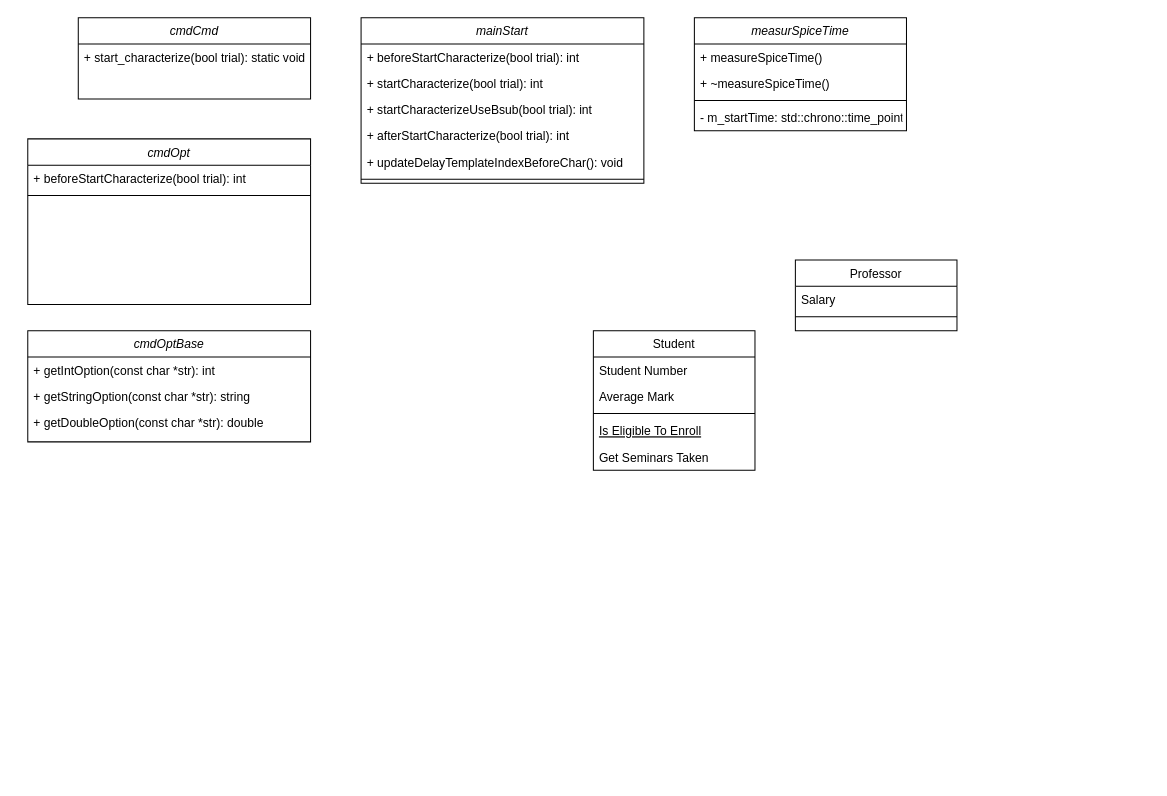
Above: Liberal.drawio in Ablution-han220/UML (draw.io), before the change. Source tidied: cells renumbered, new cells numbered last; positions are measured from the earlier drawing's top-left corner, leaving out a move shared by most shapes. Both pictures are drawn from the tidied source at 101%, with x=0, y=0 at pixel (27, 17).
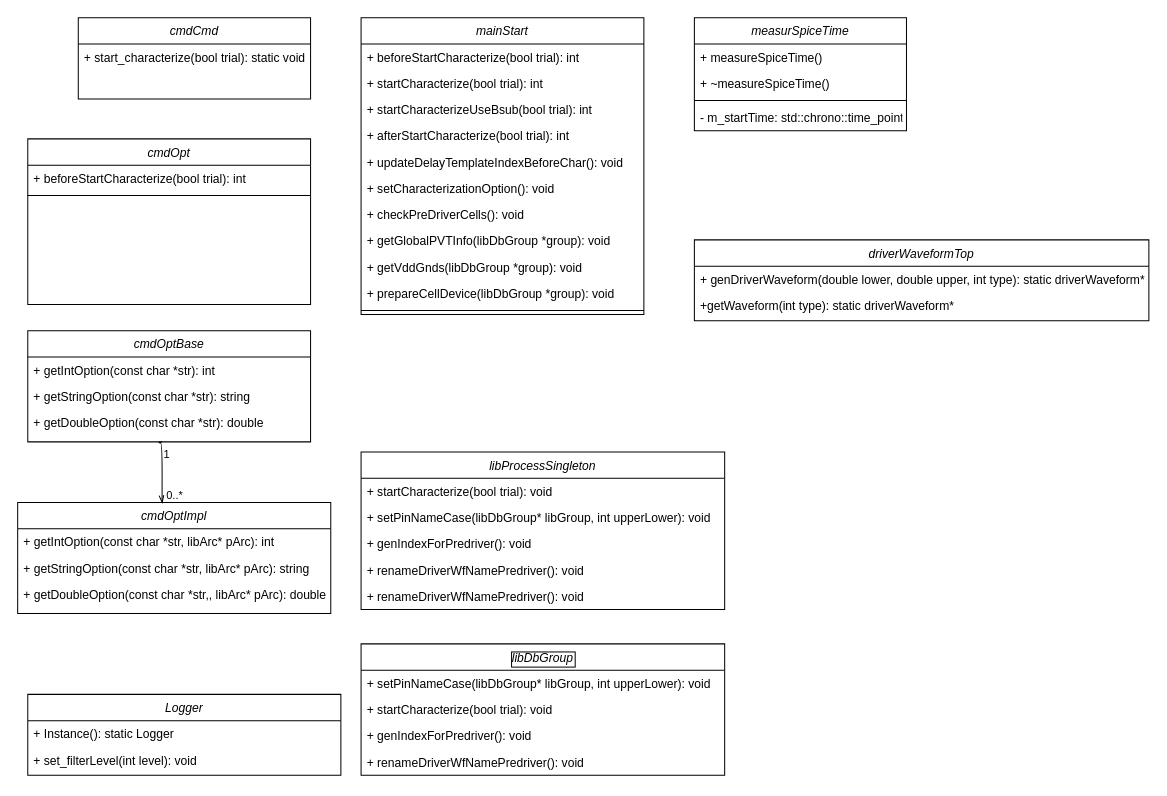
The same diagram, later.

The edit, as a diff of the source:
```diff
@@
-    <mxCell id="4" value="Student" style="swimlane;fontStyle=0;align=center;verticalAlign=top;horizontal=1;startSize=26;rounded=0;shadow=0;strokeWidth=1;" parent="1" vertex="1">
-      <mxGeometry x="560" y="310" width="160" height="138" as="geometry" />
-    </mxCell>
-    <mxCell id="5" value="Student Number" style="text;align=left;verticalAlign=top;spacingLeft=4;spacingRight=4;overflow=hidden;" parent="4" vertex="1">
-      <mxGeometry y="26" width="160" height="26" as="geometry" />
-    </mxCell>
-    <mxCell id="6" value="Average Mark" style="text;align=left;verticalAlign=top;spacingLeft=4;spacingRight=4;overflow=hidden;rounded=0;shadow=0;html=0;" parent="4" vertex="1">
-      <mxGeometry y="52" width="160" height="26" as="geometry" />
-    </mxCell>
-    <mxCell id="7" style="line;html=1;strokeWidth=1;align=left;verticalAlign=middle;spacingTop=-1;spacingLeft=3;spacingRight=3;labelPosition=right;" parent="4" vertex="1">
-      <mxGeometry y="78" width="160" height="8" as="geometry" />
-    </mxCell>
-    <mxCell id="8" value="Is Eligible To Enroll" style="text;align=left;verticalAlign=top;spacingLeft=4;spacingRight=4;overflow=hidden;fontStyle=4;" parent="4" vertex="1">
-      <mxGeometry y="86" width="160" height="26" as="geometry" />
-    </mxCell>
-    <mxCell id="9" value="Get Seminars Taken" style="text;align=left;verticalAlign=top;spacingLeft=4;spacingRight=4;overflow=hidden;" parent="4" vertex="1">
-      <mxGeometry y="112" width="160" height="26" as="geometry" />
-    </mxCell>
-    <mxCell id="10" value="Professor" style="swimlane;fontStyle=0;align=center;verticalAlign=top;horizontal=1;startSize=26;rounded=0;shadow=0;strokeWidth=1;" parent="1" vertex="1">
-      <mxGeometry x="760" y="240" width="160" height="70" as="geometry" />
-    </mxCell>
-    <mxCell id="11" value="Salary" style="text;align=left;verticalAlign=top;spacingLeft=4;spacingRight=4;overflow=hidden;" parent="10" vertex="1">
-      <mxGeometry y="26" width="160" height="26" as="geometry" />
-    </mxCell>
-    <mxCell id="12" style="line;html=1;strokeWidth=1;align=left;verticalAlign=middle;spacingTop=-1;spacingLeft=3;spacingRight=3;labelPosition=right;" parent="10" vertex="1">
-      <mxGeometry y="52" width="160" height="8" as="geometry" />
-    </mxCell>
@@
     <mxCell id="18" value="mainStart" style="swimlane;fontStyle=2;align=center;verticalAlign=top;horizontal=1;startSize=26;rounded=0;shadow=0;strokeWidth=1;" parent="1" vertex="1">
-      <mxGeometry x="330" width="280" height="164" as="geometry" />
+      <mxGeometry x="330" width="280" height="294" as="geometry" />
     </mxCell>
@@
+    <mxCell id="32" value="+ updateDelayTemplateIndexBeforeChar(): void&#10;" style="text;align=left;verticalAlign=top;spacingLeft=4;spacingRight=4;overflow=hidden;" parent="18" vertex="1">
+      <mxGeometry y="130" width="280" height="26" as="geometry" />
+    </mxCell>
-    <mxCell id="23" value="+ updateDelayTemplateIndexBeforeChar(): void&#10;" style="text;align=left;verticalAlign=top;spacingLeft=4;spacingRight=4;overflow=hidden;" parent="18" vertex="1">
-      <mxGeometry y="130" width="280" height="26" as="geometry" />
+    <mxCell id="23" value="+ setCharacterizationOption(): void&#10;" style="text;align=left;verticalAlign=top;spacingLeft=4;spacingRight=4;overflow=hidden;" parent="18" vertex="1">
+      <mxGeometry y="156" width="280" height="26" as="geometry" />
     </mxCell>
+    <mxCell id="33" value="+ checkPreDriverCells(): void&#10;" style="text;align=left;verticalAlign=top;spacingLeft=4;spacingRight=4;overflow=hidden;" parent="18" vertex="1">
+      <mxGeometry y="182" width="280" height="26" as="geometry" />
+    </mxCell>
+    <mxCell id="34" value="+ getGlobalPVTInfo(libDbGroup *group): void&#10;" style="text;align=left;verticalAlign=top;spacingLeft=4;spacingRight=4;overflow=hidden;" parent="18" vertex="1">
+      <mxGeometry y="208" width="280" height="26" as="geometry" />
+    </mxCell>
+    <mxCell id="35" value="+ getVddGnds(libDbGroup *group): void" style="text;align=left;verticalAlign=top;spacingLeft=4;spacingRight=4;overflow=hidden;" parent="18" vertex="1">
+      <mxGeometry y="234" width="280" height="26" as="geometry" />
+    </mxCell>
+    <mxCell id="36" value="+ prepareCellDevice(libDbGroup *group): void" style="text;align=left;verticalAlign=top;spacingLeft=4;spacingRight=4;overflow=hidden;" parent="18" vertex="1">
+      <mxGeometry y="260" width="280" height="26" as="geometry" />
+    </mxCell>
     <mxCell id="24" style="line;html=1;strokeWidth=1;align=left;verticalAlign=middle;spacingTop=-1;spacingLeft=3;spacingRight=3;labelPosition=right;" parent="18" vertex="1">
-      <mxGeometry y="156" width="280" height="8" as="geometry" />
+      <mxGeometry y="286" width="280" height="8" as="geometry" />
     </mxCell>
@@
+    <mxCell id="37" value="cmdOptImpl" style="swimlane;fontStyle=2;align=center;verticalAlign=top;horizontal=1;startSize=26;rounded=0;shadow=0;strokeWidth=1;" parent="1" vertex="1">
+      <mxGeometry x="-10" y="480" width="310" height="110" as="geometry" />
+    </mxCell>
+    <mxCell id="38" value="+ getIntOption(const char *str, libArc* pArc): int&#10;" style="text;align=left;verticalAlign=top;spacingLeft=4;spacingRight=4;overflow=hidden;" parent="37" vertex="1">
+      <mxGeometry y="26" width="310" height="26" as="geometry" />
+    </mxCell>
+    <mxCell id="39" value="+ getStringOption(const char *str, libArc* pArc): string&#10;" style="text;align=left;verticalAlign=top;spacingLeft=4;spacingRight=4;overflow=hidden;" parent="37" vertex="1">
+      <mxGeometry y="52" width="310" height="26" as="geometry" />
+    </mxCell>
+    <mxCell id="40" value="+ getDoubleOption(const char *str,, libArc* pArc): double&#10;" style="text;align=left;verticalAlign=top;spacingLeft=4;spacingRight=4;overflow=hidden;" parent="37" vertex="1">
+      <mxGeometry y="78" width="310" height="26" as="geometry" />
+    </mxCell>
+    <mxCell id="41" style="endArrow=openThin;html=1;edgeStyle=orthogonalEdgeStyle;entryX=0.462;entryY=0.009;entryDx=0;entryDy=0;entryPerimeter=0;startArrow=none;startFill=0;endFill=0;curved=1;" parent="1" edge="1" target="37">
+      <mxGeometry relative="1" as="geometry">
+        <mxPoint x="133" y="420" as="sourcePoint" />
+        <Array as="points">
+          <mxPoint x="130" y="421" />
+          <mxPoint x="133" y="421" />
+          <mxPoint x="133" y="479" />
+          <mxPoint x="133" y="479" />
+        </Array>
+      </mxGeometry>
+    </mxCell>
+    <mxCell id="42" value="1" style="edgeLabel;html=1;align=left;verticalAlign=bottom;" parent="41" vertex="1">
+      <mxGeometry x="-1" relative="1" as="geometry">
+        <mxPoint y="20" as="offset" />
+      </mxGeometry>
+    </mxCell>
+    <mxCell id="43" value="0..*" style="edgeLabel;html=1;align=right;verticalAlign=bottom;" parent="41" vertex="1">
+      <mxGeometry x="1" relative="1" as="geometry">
+        <mxPoint x="21" as="offset" />
+      </mxGeometry>
+    </mxCell>
+    <mxCell id="44" value="Logger" style="swimlane;fontStyle=2;align=center;verticalAlign=top;horizontal=1;startSize=26;rounded=0;shadow=0;strokeWidth=1;" parent="1" vertex="1">
+      <mxGeometry y="670" width="310" height="80" as="geometry" />
+    </mxCell>
+    <mxCell id="45" value="+ Instance(): static Logger " style="text;align=left;verticalAlign=top;spacingLeft=4;spacingRight=4;overflow=hidden;" parent="44" vertex="1">
+      <mxGeometry y="26" width="310" height="26" as="geometry" />
+    </mxCell>
+    <mxCell id="46" value="+ set_filterLevel(int level): void" style="text;align=left;verticalAlign=top;spacingLeft=4;spacingRight=4;overflow=hidden;" parent="44" vertex="1">
+      <mxGeometry y="52" width="310" height="26" as="geometry" />
+    </mxCell>
+    <mxCell id="47" value="libProcessSingleton" style="swimlane;fontStyle=2;align=center;verticalAlign=top;horizontal=1;startSize=26;rounded=0;shadow=0;strokeWidth=1;" parent="1" vertex="1">
+      <mxGeometry x="330" y="430" width="360" height="156" as="geometry" />
+    </mxCell>
+    <mxCell id="48" value="+ startCharacterize(bool trial): void " style="text;align=left;verticalAlign=top;spacingLeft=4;spacingRight=4;overflow=hidden;" parent="47" vertex="1">
+      <mxGeometry y="26" width="360" height="26" as="geometry" />
+    </mxCell>
+    <mxCell id="49" value="+ setPinNameCase(libDbGroup* libGroup, int upperLower): void" style="text;align=left;verticalAlign=top;spacingLeft=4;spacingRight=4;overflow=hidden;" parent="47" vertex="1">
+      <mxGeometry y="52" width="360" height="26" as="geometry" />
+    </mxCell>
+    <mxCell id="50" value="+ genIndexForPredriver(): void " style="text;align=left;verticalAlign=top;spacingLeft=4;spacingRight=4;overflow=hidden;" parent="47" vertex="1">
+      <mxGeometry y="78" width="360" height="26" as="geometry" />
+    </mxCell>
+    <mxCell id="51" value="+ renameDriverWfNamePredriver(): void " style="text;align=left;verticalAlign=top;spacingLeft=4;spacingRight=4;overflow=hidden;" parent="47" vertex="1">
+      <mxGeometry y="104" width="360" height="26" as="geometry" />
+    </mxCell>
+    <mxCell id="52" value="+ renameDriverWfNamePredriver(): void " style="text;align=left;verticalAlign=top;spacingLeft=4;spacingRight=4;overflow=hidden;" parent="47" vertex="1">
+      <mxGeometry y="130" width="360" height="26" as="geometry" />
+    </mxCell>
+    <mxCell id="53" value="libDbGroup" style="swimlane;fontStyle=2;align=center;verticalAlign=top;horizontal=1;startSize=26;rounded=0;shadow=0;strokeWidth=1;labelBorderColor=default;" parent="1" vertex="1">
+      <mxGeometry x="330" y="620" width="360" height="130" as="geometry" />
+    </mxCell>
+    <mxCell id="54" value="+ setPinNameCase(libDbGroup* libGroup, int upperLower): void" style="text;align=left;verticalAlign=top;spacingLeft=4;spacingRight=4;overflow=hidden;" parent="53" vertex="1">
+      <mxGeometry y="26" width="360" height="26" as="geometry" />
+    </mxCell>
+    <mxCell id="55" value="+ startCharacterize(bool trial): void " style="text;align=left;verticalAlign=top;spacingLeft=4;spacingRight=4;overflow=hidden;" parent="53" vertex="1">
+      <mxGeometry y="52" width="360" height="26" as="geometry" />
+    </mxCell>
+    <mxCell id="56" value="+ genIndexForPredriver(): void " style="text;align=left;verticalAlign=top;spacingLeft=4;spacingRight=4;overflow=hidden;" parent="53" vertex="1">
+      <mxGeometry y="78" width="360" height="26" as="geometry" />
+    </mxCell>
+    <mxCell id="57" value="+ renameDriverWfNamePredriver(): void " style="text;align=left;verticalAlign=top;spacingLeft=4;spacingRight=4;overflow=hidden;" parent="53" vertex="1">
+      <mxGeometry y="104" width="360" height="26" as="geometry" />
+    </mxCell>
+    <mxCell id="58" value="driverWaveformTop" style="swimlane;fontStyle=2;align=center;verticalAlign=top;horizontal=1;startSize=26;rounded=0;shadow=0;strokeWidth=1;" parent="1" vertex="1">
+      <mxGeometry x="660" y="220" width="450" height="80" as="geometry" />
+    </mxCell>
+    <mxCell id="59" value="+ genDriverWaveform(double lower, double upper, int type): static driverWaveform*" style="text;align=left;verticalAlign=top;spacingLeft=4;spacingRight=4;overflow=hidden;" parent="58" vertex="1">
+      <mxGeometry y="26" width="450" height="26" as="geometry" />
+    </mxCell>
+    <mxCell id="60" value="+getWaveform(int type): static driverWaveform*" style="text;align=left;verticalAlign=top;spacingLeft=4;spacingRight=4;overflow=hidden;" parent="58" vertex="1">
+      <mxGeometry y="52" width="450" height="26" as="geometry" />
+    </mxCell>
```
